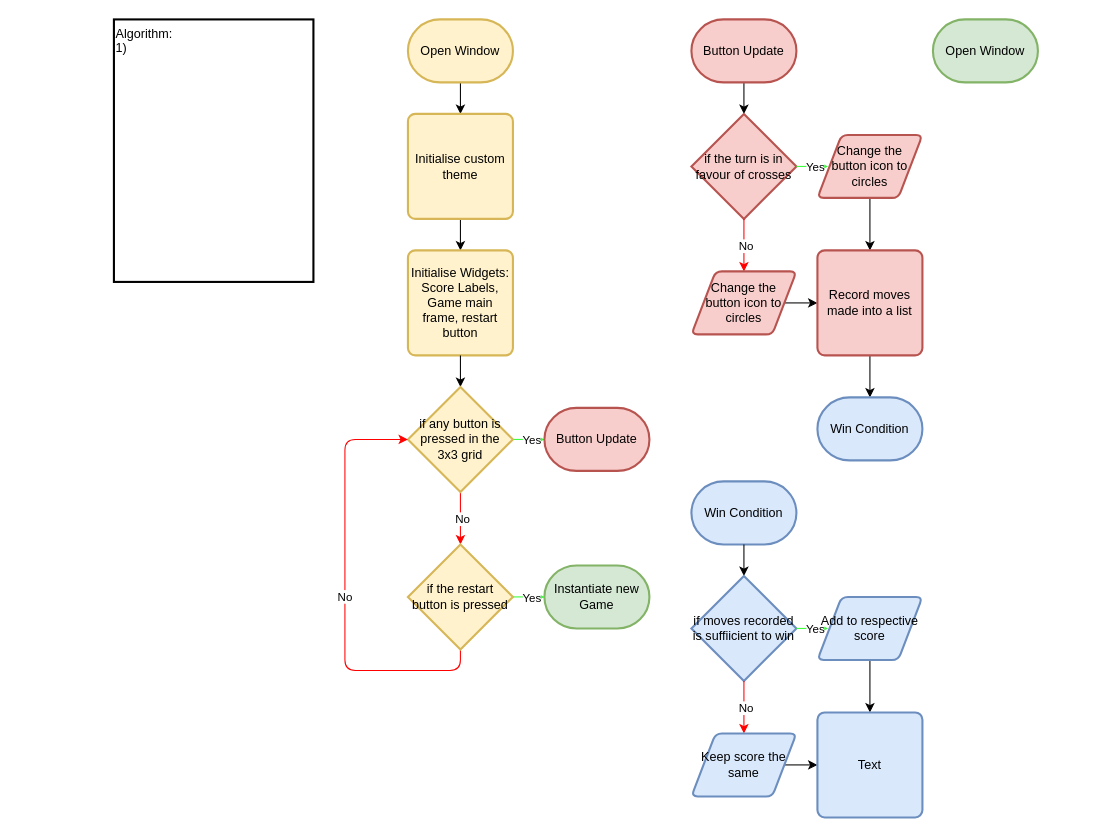
Above: planning/Design_Prototypes_Drawio/Final_Design/Flowchart/Final_Design_Prototype_Flowchart.drawio in MichaelHayesMC/Tic-Tac-Toe (draw.io), before the change. Source tidied: cells renumbered, new cells numbered last; positions are measured from the earlier drawing's top-left corner, leaving out a move shared by most shapes. Both pictures are drawn from the tidied source at 105%, with x=0, y=0 at pixel (113, 19).
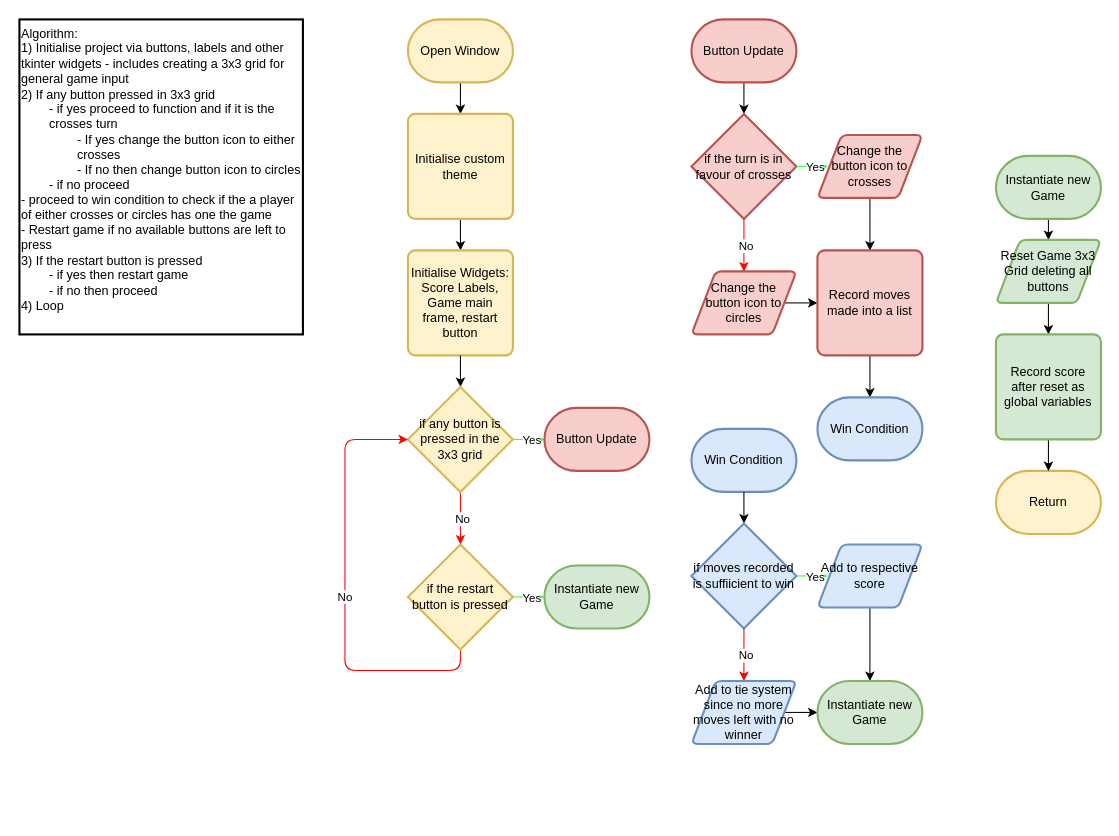
Above is the later version.

Commit message:
Finished Design Prototype Flowchart

Change to the diagram source:
```diff
@@
-    <mxCell id="2" value="Algorithm:&lt;br&gt;1)&amp;nbsp;" style="rounded=0;whiteSpace=wrap;html=1;align=left;verticalAlign=top;strokeWidth=2;" parent="1" vertex="1">
-      <mxGeometry width="190" height="250" as="geometry" />
+    <mxCell id="2" value="&lt;font&gt;Algorithm:&lt;br&gt;1) Initialise project via buttons, labels and other tkinter widgets - includes creating a 3x3 grid for general game input&lt;br&gt;2) If any button pressed in 3x3 grid&lt;br&gt;&lt;span style=&quot;white-space: pre;&quot;&gt;&#9;&lt;/span&gt;- if yes proceed to function and if it is the &lt;span style=&quot;white-space: pre;&quot;&gt;&#9;&lt;/span&gt;crosses turn&lt;/font&gt;&lt;div&gt;&lt;font&gt;&lt;span style=&quot;white-space: pre;&quot;&gt;&#9;&lt;/span&gt;&lt;span style=&quot;white-space: pre;&quot;&gt;&#9;&lt;/span&gt;- If yes change the button icon to either &lt;span style=&quot;white-space: pre;&quot;&gt;&#9;&lt;span style=&quot;white-space: pre;&quot;&gt;&#9;&lt;/span&gt;&lt;/span&gt;crosses&lt;/font&gt;&lt;br&gt;&lt;/div&gt;&lt;div&gt;&lt;font&gt;&lt;span style=&quot;white-space: pre;&quot;&gt;&#9;&lt;/span&gt;&lt;span style=&quot;white-space: pre;&quot;&gt;&#9;&lt;/span&gt;- If no then change button icon to circles&lt;br&gt;&lt;/font&gt;&lt;/div&gt;&lt;div&gt;&lt;font&gt;&lt;span style=&quot;white-space: pre;&quot;&gt;&#9;&lt;/span&gt;- if no proceed&lt;br&gt;&lt;/font&gt;&lt;/div&gt;&lt;div&gt;&lt;font&gt;- proceed to win condition to check if the a player of either crosses or circles has one the game&lt;/font&gt;&lt;/div&gt;&lt;div&gt;- Restart game if no available buttons are left to press&lt;/div&gt;&lt;div&gt;&lt;font&gt;3) If the restart button is pressed&lt;/font&gt;&lt;/div&gt;&lt;div&gt;&lt;font&gt;&lt;span style=&quot;white-space: pre;&quot;&gt;&#9;&lt;/span&gt;- if yes then restart game&lt;br&gt;&lt;/font&gt;&lt;/div&gt;&lt;div&gt;&lt;font&gt;&lt;span style=&quot;white-space: pre;&quot;&gt;&#9;&lt;/span&gt;- if no then proceed&lt;br&gt;&lt;/font&gt;&lt;/div&gt;&lt;div&gt;&lt;font&gt;4) Loop&lt;/font&gt;&lt;/div&gt;&lt;div&gt;&lt;/div&gt;" style="rounded=0;whiteSpace=wrap;html=1;align=left;verticalAlign=top;strokeWidth=2;" parent="1" vertex="1">
+      <mxGeometry x="-90" width="270" height="300" as="geometry" />
     </mxCell>
@@
+    <mxCell id="48" style="edgeStyle=none;html=1;" parent="1" edge="1" source="23" target="51">
+      <mxGeometry relative="1" as="geometry" />
+    </mxCell>
-    <mxCell id="23" value="Open Window" style="strokeWidth=2;html=1;shape=mxgraph.flowchart.terminator;whiteSpace=wrap;fillColor=#d5e8d4;strokeColor=#82b366;" parent="1" vertex="1">
-      <mxGeometry x="780" width="100" height="60" as="geometry" />
+    <mxCell id="23" value="&lt;span style=&quot;color: rgb(0, 0, 0);&quot;&gt;Instantiate new Game&lt;/span&gt;" style="strokeWidth=2;html=1;shape=mxgraph.flowchart.terminator;whiteSpace=wrap;fillColor=#d5e8d4;strokeColor=#82b366;" parent="1" vertex="1">
+      <mxGeometry x="840" y="130" width="100" height="60" as="geometry" />
     </mxCell>
@@
-    <mxCell id="32" value="Change the button icon to circles" style="shape=parallelogram;html=1;strokeWidth=2;perimeter=parallelogramPerimeter;whiteSpace=wrap;rounded=1;arcSize=12;size=0.23;fillColor=#f8cecc;strokeColor=#b85450;" parent="1" vertex="1">
+    <mxCell id="32" value="Change the button icon to crosses" style="shape=parallelogram;html=1;strokeWidth=2;perimeter=parallelogramPerimeter;whiteSpace=wrap;rounded=1;arcSize=12;size=0.23;fillColor=#f8cecc;strokeColor=#b85450;" parent="1" vertex="1">
       <mxGeometry x="670" y="110" width="100" height="60" as="geometry" />
     </mxCell>
@@
     <mxCell id="36" value="Win Condition" style="strokeWidth=2;html=1;shape=mxgraph.flowchart.terminator;whiteSpace=wrap;fillColor=#dae8fc;strokeColor=#6c8ebf;" parent="1" vertex="1">
-      <mxGeometry x="550" y="440" width="100" height="60" as="geometry" />
+      <mxGeometry x="550" y="390" width="100" height="60" as="geometry" />
     </mxCell>
     <mxCell id="37" style="edgeStyle=none;html=1;" parent="1" edge="1" target="38">
       <mxGeometry relative="1" as="geometry">
-        <mxPoint x="600" y="500" as="sourcePoint" />
+        <mxPoint x="600" y="450" as="sourcePoint" />
       </mxGeometry>
     </mxCell>
     <mxCell id="38" value="if moves recorded is suffiicient to win" style="strokeWidth=2;html=1;shape=mxgraph.flowchart.decision;whiteSpace=wrap;fillColor=#dae8fc;strokeColor=#6c8ebf;" parent="1" vertex="1">
-      <mxGeometry x="550" y="530" width="100" height="100" as="geometry" />
+      <mxGeometry x="550" y="480" width="100" height="100" as="geometry" />
     </mxCell>
     <mxCell id="39" style="edgeStyle=none;html=1;strokeColor=#FF0000;" parent="1" edge="1">
       <mxGeometry relative="1" as="geometry">
-        <mxPoint x="600" y="630" as="sourcePoint" />
-        <mxPoint x="600" y="680" as="targetPoint" />
+        <mxPoint x="600" y="580" as="sourcePoint" />
+        <mxPoint x="600" y="630" as="targetPoint" />
       </mxGeometry>
     </mxCell>
@@
     <mxCell id="41" style="edgeStyle=none;html=1;strokeColor=#33FF33;" parent="1" edge="1">
       <mxGeometry relative="1" as="geometry">
-        <mxPoint x="650" y="580" as="sourcePoint" />
-        <mxPoint x="680" y="580" as="targetPoint" />
+        <mxPoint x="650" y="530" as="sourcePoint" />
+        <mxPoint x="680" y="530" as="targetPoint" />
       </mxGeometry>
     </mxCell>
@@
-    <mxCell id="43" style="edgeStyle=none;html=1;" parent="1" edge="1" source="44" target="47">
-      <mxGeometry relative="1" as="geometry" />
+    <mxCell id="43" style="edgeStyle=none;html=1;" parent="1" edge="1" source="44">
+      <mxGeometry relative="1" as="geometry">
+        <mxPoint x="670" y="660" as="targetPoint" />
+      </mxGeometry>
     </mxCell>
-    <mxCell id="44" value="Keep score the same" style="shape=parallelogram;html=1;strokeWidth=2;perimeter=parallelogramPerimeter;whiteSpace=wrap;rounded=1;arcSize=12;size=0.23;fillColor=#dae8fc;strokeColor=#6c8ebf;" parent="1" vertex="1">
-      <mxGeometry x="550" y="680" width="100" height="60" as="geometry" />
+    <mxCell id="44" value="Add to tie system since no more moves left with no winner" style="shape=parallelogram;html=1;strokeWidth=2;perimeter=parallelogramPerimeter;whiteSpace=wrap;rounded=1;arcSize=12;size=0.23;fillColor=#dae8fc;strokeColor=#6c8ebf;" parent="1" vertex="1">
+      <mxGeometry x="550" y="630" width="100" height="60" as="geometry" />
     </mxCell>
-    <mxCell id="45" style="edgeStyle=none;html=1;" parent="1" edge="1" source="46" target="47">
-      <mxGeometry relative="1" as="geometry" />
-    </mxCell>
+    <mxCell id="49" style="edgeStyle=none;html=1;" parent="1" edge="1" source="46">
+      <mxGeometry relative="1" as="geometry">
+        <mxPoint x="720" y="630" as="targetPoint" />
+      </mxGeometry>
+    </mxCell>
     <mxCell id="46" value="Add to respective score" style="shape=parallelogram;html=1;strokeWidth=2;perimeter=parallelogramPerimeter;whiteSpace=wrap;rounded=1;arcSize=12;size=0.23;fillColor=#dae8fc;strokeColor=#6c8ebf;" parent="1" vertex="1">
-      <mxGeometry x="670" y="550" width="100" height="60" as="geometry" />
+      <mxGeometry x="670" y="500" width="100" height="60" as="geometry" />
     </mxCell>
-    <mxCell id="47" value="Text" style="rounded=1;whiteSpace=wrap;html=1;absoluteArcSize=1;arcSize=14;strokeWidth=2;fillColor=#dae8fc;strokeColor=#6c8ebf;" parent="1" vertex="1">
-      <mxGeometry x="670" y="660" width="100" height="100" as="geometry" />
-    </mxCell>
+    <mxCell id="50" style="edgeStyle=none;html=1;" parent="1" edge="1" source="51" target="55">
+      <mxGeometry relative="1" as="geometry" />
+    </mxCell>
+    <mxCell id="51" value="Reset Game 3x3 Grid deleting all buttons" style="shape=parallelogram;html=1;strokeWidth=2;perimeter=parallelogramPerimeter;whiteSpace=wrap;rounded=1;arcSize=12;size=0.23;fillColor=#d5e8d4;strokeColor=#82b366;" parent="1" vertex="1">
+      <mxGeometry x="840" y="210" width="100" height="60" as="geometry" />
+    </mxCell>
+    <mxCell id="52" value="Instantiate new Game" style="strokeWidth=2;html=1;shape=mxgraph.flowchart.terminator;whiteSpace=wrap;fillColor=#d5e8d4;strokeColor=#82b366;" parent="1" vertex="1">
+      <mxGeometry x="670" y="630" width="100" height="60" as="geometry" />
+    </mxCell>
+    <mxCell id="53" value="Return" style="strokeWidth=2;html=1;shape=mxgraph.flowchart.terminator;whiteSpace=wrap;fillColor=#fff2cc;strokeColor=#d6b656;" parent="1" vertex="1">
+      <mxGeometry x="840" y="430" width="100" height="60" as="geometry" />
+    </mxCell>
+    <mxCell id="54" style="edgeStyle=none;html=1;" parent="1" edge="1" source="55" target="53">
+      <mxGeometry relative="1" as="geometry" />
+    </mxCell>
+    <mxCell id="55" value="Record score after reset as global variables" style="rounded=1;whiteSpace=wrap;html=1;absoluteArcSize=1;arcSize=14;strokeWidth=2;fillColor=#d5e8d4;strokeColor=#82b366;" parent="1" vertex="1">
+      <mxGeometry x="840" y="300" width="100" height="100" as="geometry" />
+    </mxCell>
```
